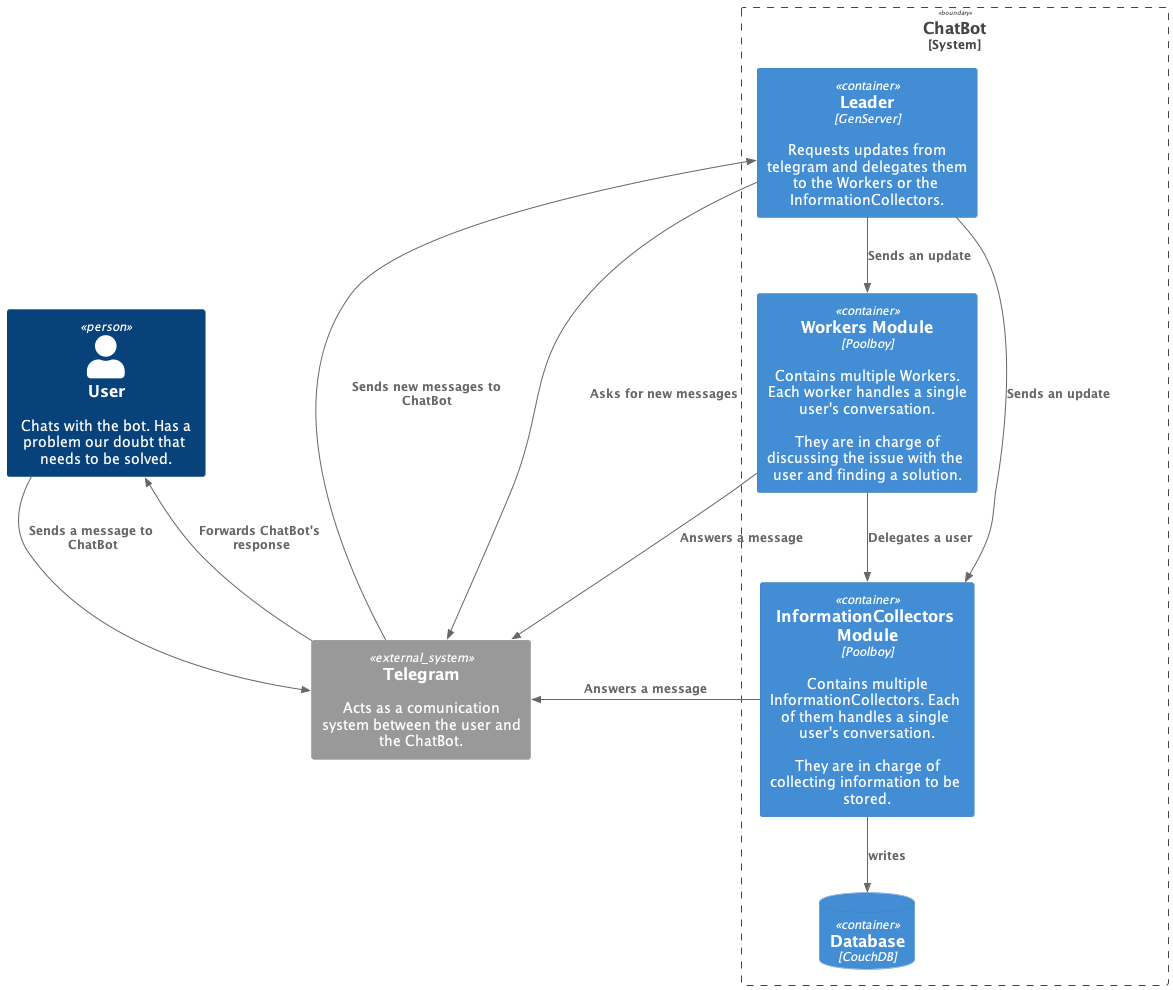
Earlier version of the PlantUML export doc/Container.png (TsolidarioFG/2024-Ecos-do-Sur).
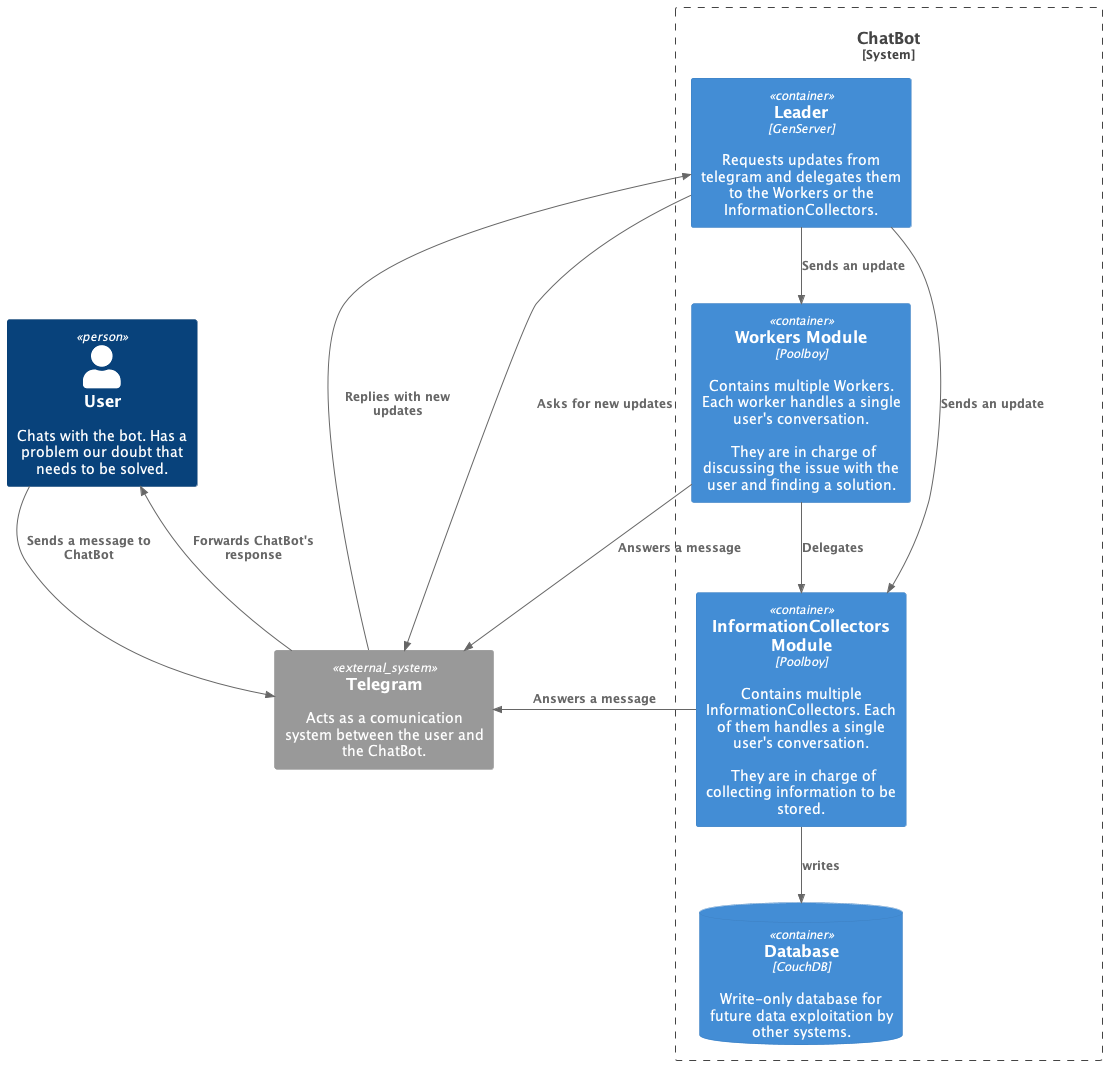
After the change.

What changed in the source:
```diff
@@ -1,4 +1,4 @@
-@startuml ModeloC4
+@startuml Container
 !include <C4/C4_Container>
 
 Person(aliasUser, "User", "Chats with the bot. Has a problem our doubt that needs to be solved.")
@@ -7,7 +7,7 @@
     Container(Leader, "Leader", "GenServer", "Requests updates from telegram and delegates them to the Workers or the InformationCollectors.")
     Container(workers, "Workers Module", "Poolboy", "Contains multiple Workers. Each worker handles a single user's conversation.\n\n They are in charge of discussing the issue with the user and finding a solution.")
     Container(informationCollectors, "InformationCollectors Module", "Poolboy", "Contains multiple InformationCollectors. Each of them handles a single user's conversation.\n\n They are in charge of collecting information to be stored.")
-    ContainerDb(couchDb, "Database", "CouchDB")
+    ContainerDb(couchDb, "Database", "CouchDB", "Write-only database for future data exploitation by other systems.")
 
 
 }
@@ -15,11 +15,11 @@
 Rel(aliasUser, Telegram, "Sends a message to ChatBot")
 Rel(Telegram, aliasUser, "Forwards ChatBot's response")
 Rel(Leader, workers, "Sends an update")
-Rel(workers, informationCollectors, "Delegates a user")
+Rel(workers, informationCollectors, "Delegates")
 Rel(Leader, informationCollectors, "Sends an update")
 
-Rel(Leader, Telegram, "Asks for new messages")
-Rel(Telegram, Leader, "Sends new messages to ChatBot")
+Rel(Leader, Telegram, "Asks for new updates")
+Rel(Telegram, Leader, "Replies with new updates")
 
 Rel(informationCollectors, couchDb, "writes")
 
```
